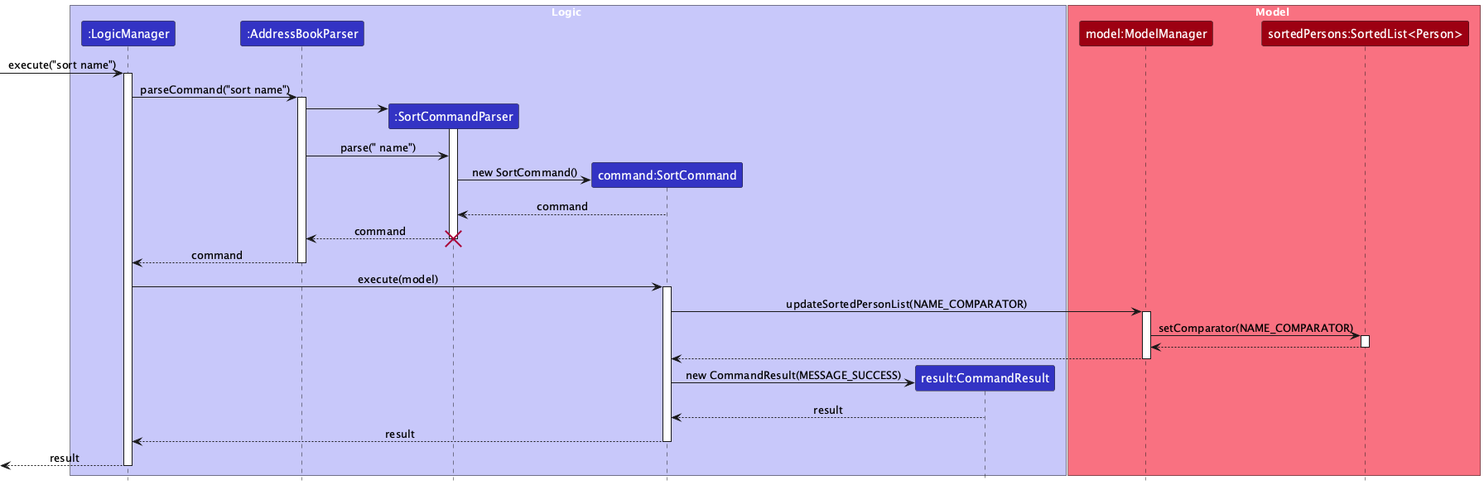
Above: docs/images/SortSequenceDiagram.png in AY2627S1-CS2103T-W13-2/tp (PlantUML), before the change.
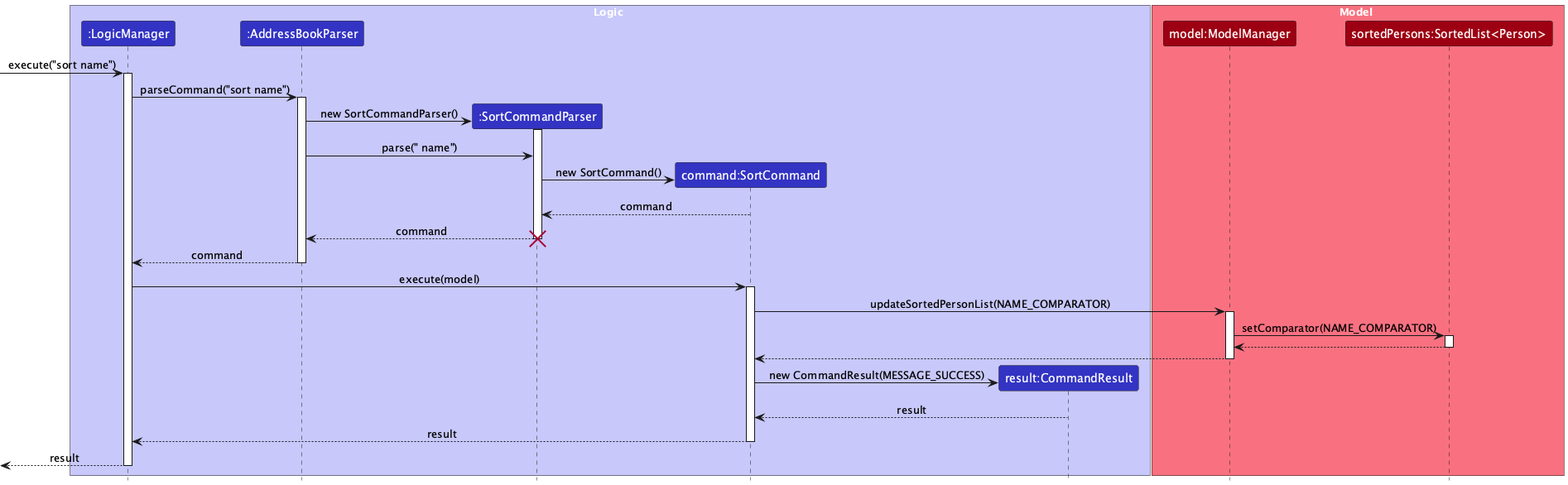
After the commit.

Commit message:
Polish sorting sequence diagram

Label SortCommandParser construction explicitly to clarify the parser creation interaction.

Change to the diagram source:
```diff
@@ -22,7 +22,7 @@
 activate AddressBookParser
 
 create SortCommandParser
-AddressBookParser -> SortCommandParser
+AddressBookParser -> SortCommandParser : new SortCommandParser()
 activate SortCommandParser
 AddressBookParser -> SortCommandParser : parse(" name")
 
```
